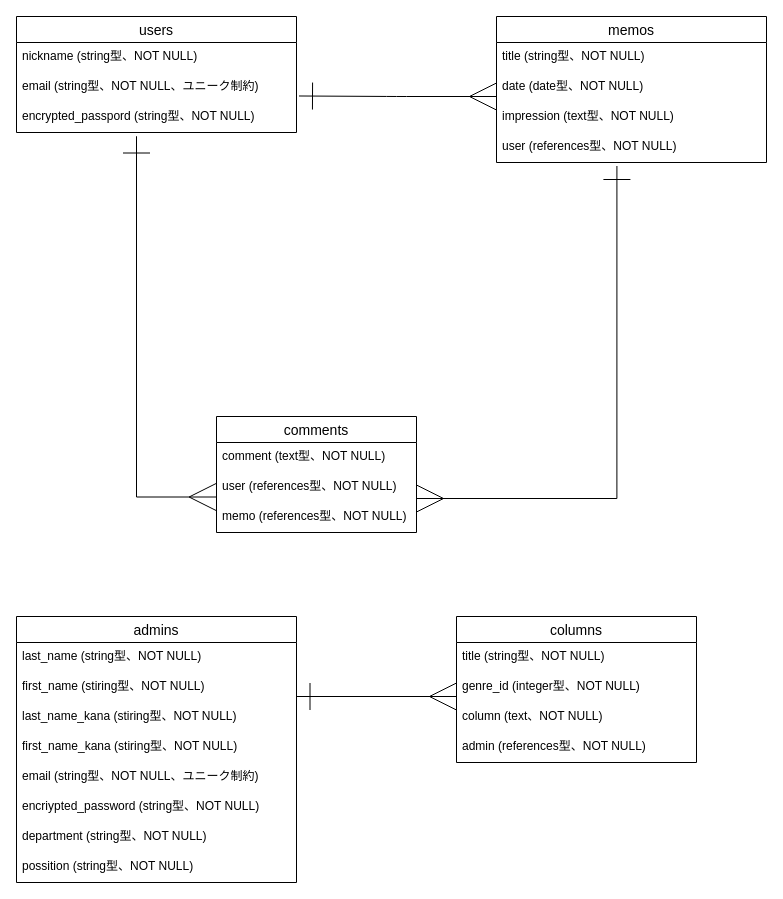
atsushi0610/cafe_log keeps this draw.io diagram as page "ページ1" (1 of 2) of cafelog.dio. Above is the earlier version. Source tidied: cells renumbered, new cells numbered last; positions are measured from the earlier drawing's top-left corner, leaving out a move shared by most shapes. Both pictures are drawn from the tidied source at 100%, with x=0, y=0 at pixel (16, 16).
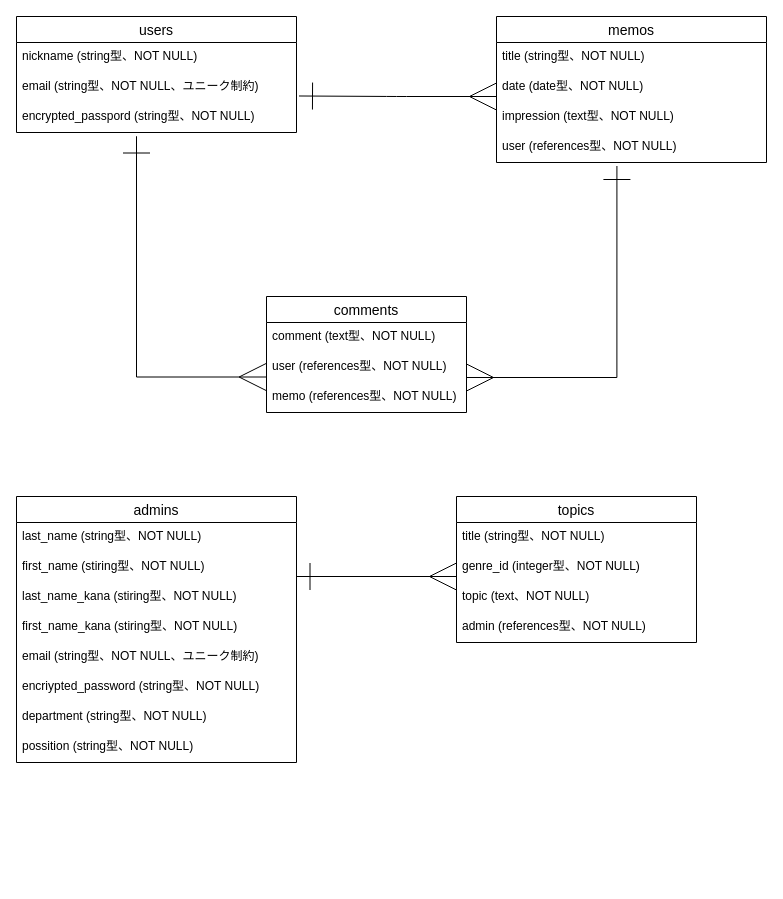
After the change.

The change refers to these unchanged cells:
```xml
<mxCell id="10" value="user (references型、NOT NULL)" style="text;strokeColor=none;fillColor=none;spacingLeft=4;spacingRight=4;overflow=hidden;points=[[0,0.5],[1,0.5]];portConstraint=eastwest;fontSize=12;" parent="6" vertex="1">
  <mxGeometry y="116" width="270" height="30" as="geometry" />
</mxCell>
```

The edit, as a diff of the source:
```diff
@@
     <mxCell id="11" value="comments" style="swimlane;fontStyle=0;horizontal=1;startSize=26;align=center;fontSize=14;" parent="1" vertex="1">
-      <mxGeometry x="200" y="400" width="200" height="116" as="geometry" />
+      <mxGeometry x="250" y="280" width="200" height="116" as="geometry" />
     </mxCell>
@@
     <mxCell id="17" style="endArrow=ERone;html=1;rounded=0;startSize=25;endSize=25;edgeStyle=orthogonalEdgeStyle;startArrow=ERmany;startFill=0;endFill=0;entryX=0.446;entryY=1.117;entryDx=0;entryDy=0;entryPerimeter=0;" parent="1" edge="1" target="10">
       <mxGeometry relative="1" as="geometry">
-        <mxPoint x="400" y="482" as="sourcePoint" />
+        <mxPoint x="450" y="361" as="sourcePoint" />
         <Array as="points">
-          <mxPoint x="600" y="482" />
+          <mxPoint x="600" y="361" />
         </Array>
       </mxGeometry>
     </mxCell>
     <mxCell id="18" value="admins" style="swimlane;fontStyle=0;horizontal=1;startSize=26;align=center;fontSize=14;" parent="1" vertex="1">
-      <mxGeometry y="600" width="280" height="266" as="geometry" />
+      <mxGeometry y="480" width="280" height="266" as="geometry" />
     </mxCell>
@@
-    <mxCell id="27" value="columns" style="swimlane;fontStyle=0;horizontal=1;startSize=26;align=center;fontSize=14;" parent="1" vertex="1">
-      <mxGeometry x="440" y="600" width="240" height="146" as="geometry" />
+    <mxCell id="27" value="topics" style="swimlane;fontStyle=0;horizontal=1;startSize=26;align=center;fontSize=14;" parent="1" vertex="1">
+      <mxGeometry x="440" y="480" width="240" height="146" as="geometry" />
     </mxCell>
@@
-    <mxCell id="30" value="column (text、NOT NULL)" style="text;strokeColor=none;fillColor=none;spacingLeft=4;spacingRight=4;overflow=hidden;fontSize=12;" parent="27" vertex="1">
+    <mxCell id="30" value="topic (text、NOT NULL)" style="text;strokeColor=none;fillColor=none;spacingLeft=4;spacingRight=4;overflow=hidden;fontSize=12;" parent="27" vertex="1">
       <mxGeometry y="86" width="240" height="30" as="geometry" />
     </mxCell>
@@
     <mxCell id="32" style="endArrow=ERmany;html=1;rounded=0;startSize=25;endSize=25;startArrow=ERone;startFill=0;endFill=0;" parent="1" edge="1">
       <mxGeometry relative="1" as="geometry">
-        <mxPoint x="280" y="680" as="sourcePoint" />
-        <mxPoint x="440" y="680" as="targetPoint" />
+        <mxPoint x="280" y="560" as="sourcePoint" />
+        <mxPoint x="440" y="560" as="targetPoint" />
       </mxGeometry>
     </mxCell>
```
